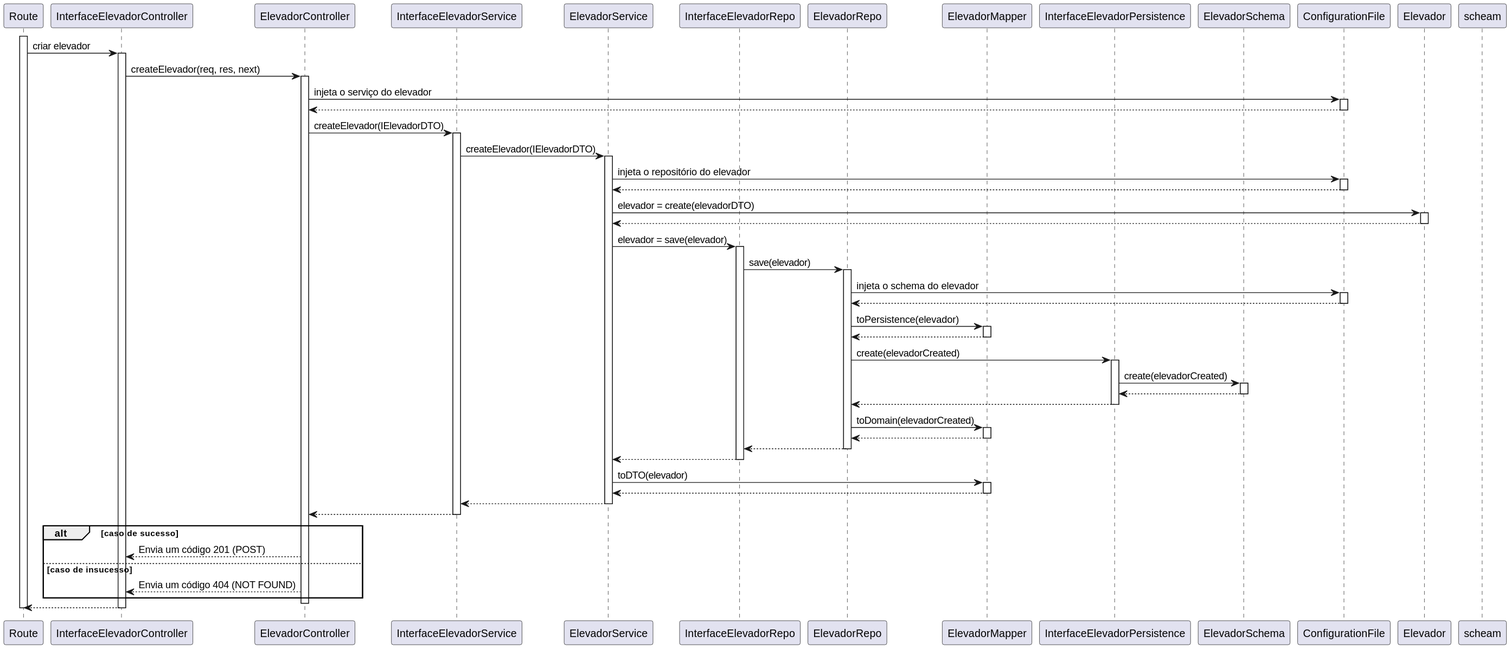
The PlantUML diagram docs/use_cases/UC270/vp270.svg in SlimJesus25/SEM5_PI, before a commit.
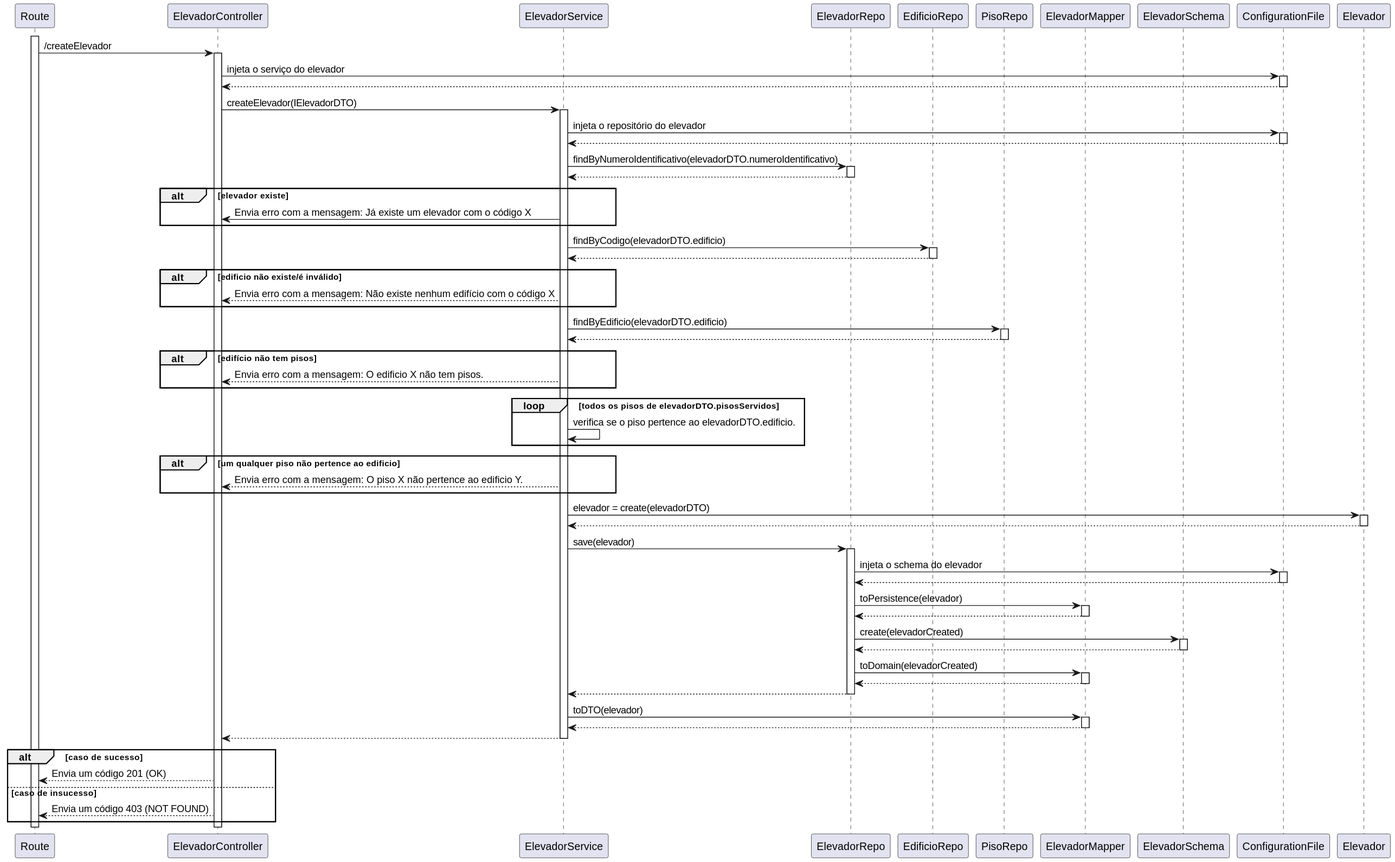
The same diagram one commit later.

What changed in the source:
```diff
@@ -1,84 +1,92 @@
 @startuml sd
 
 participant Route as route
-participant InterfaceElevadorController as ictrl
 participant ElevadorController as ctrl
-participant InterfaceElevadorService as isvc
 participant ElevadorService as svc
-participant InterfaceElevadorRepo as irepo
-participant ElevadorRepo as repo
+participant ElevadorRepo as repoEle
+participant EdificioRepo as repoEdi
+participant PisoRepo as repoPis
 participant ElevadorMapper as mapper
-participant InterfaceElevadorPersistence as ischema
 participant ElevadorSchema as schema
 participant ConfigurationFile as conf
 participant Elevador as model
 
 activate route
-route -> ictrl : criar elevador
-activate ictrl
-ictrl -> ctrl : createElevador(req, res, next)
+route -> ctrl : /createElevador
 activate ctrl
 ctrl -> conf : injeta o serviço do elevador
 activate conf
 conf --> ctrl
 deactivate conf
-ctrl -> isvc : createElevador(IElevadorDTO)
-activate isvc
-isvc -> svc : createElevador(IElevadorDTO)
+ctrl -> svc : createElevador(IElevadorDTO)
 activate svc
 svc -> conf : injeta o repositório do elevador
 activate conf
 conf --> svc
 deactivate conf
+svc -> repoEle : findByNumeroIdentificativo(elevadorDTO.numeroIdentificativo)
+activate repoEle
+repoEle --> svc
+deactivate repoEle
+alt elevador existe
+    svc -> ctrl : Envia erro com a mensagem: Já existe um elevador com o código X
+end
+svc -> repoEdi : findByCodigo(elevadorDTO.edificio)
+activate repoEdi
+repoEdi --> svc
+deactivate repoEdi
+alt edificio não existe/é inválido
+    svc --> ctrl : Envia erro com a mensagem: Não existe nenhum edifício com o código X
+end
+svc -> repoPis : findByEdificio(elevadorDTO.edificio)
+activate repoPis
+repoPis --> svc
+deactivate repoPis
+alt edifício não tem pisos
+    svc --> ctrl : Envia erro com a mensagem: O edificio X não tem pisos.
+end
+loop todos os pisos de elevadorDTO.pisosServidos
+    svc -> svc : verifica se o piso pertence ao elevadorDTO.edificio.
+end
+alt um qualquer piso não pertence ao edificio
+    svc --> ctrl : Envia erro com a mensagem: O piso X não pertence ao edificio Y.
+end
 svc -> model : elevador = create(elevadorDTO)
 activate model
 model --> svc
 deactivate model
-svc -> irepo : elevador = save(elevador)
-activate irepo
-irepo -> repo : save(elevador)
-activate repo
-repo -> conf : injeta o schema do elevador
+svc -> repoEle : save(elevador)
+activate repoEle
+repoEle -> conf : injeta o schema do elevador
 activate conf
-conf --> repo
+conf --> repoEle
 deactivate conf
-repo -> mapper : toPersistence(elevador)
+repoEle -> mapper : toPersistence(elevador)
 activate mapper
-mapper --> repo
+mapper --> repoEle
 deactivate mapper
-repo -> ischema : create(elevadorCreated)
-activate ischema
-ischema -> schema : create(elevadorCreated)
+repoEle -> schema : create(elevadorCreated)
 activate schema
-schema --> ischema
+schema --> repoEle
 deactivate schema
-deactivate scheam
-ischema --> repo
-deactivate ischema
-repo -> mapper : toDomain(elevadorCreated)
+repoEle -> mapper : toDomain(elevadorCreated)
 activate mapper
-mapper --> repo
+mapper --> repoEle
 deactivate mapper
-repo --> irepo
-deactivate repo
-irepo --> svc
-deactivate irepo
+repoEle --> svc
+deactivate repoEle
 svc -> mapper : toDTO(elevador)
 activate mapper
 mapper --> svc
 deactivate mapper
-svc --> isvc
+svc --> ctrl
 deactivate svc
-isvc --> ctrl
-deactivate isvc
 alt caso de sucesso
-    ctrl --> ictrl : Envia um código 201 (POST)
+    ctrl --> route : Envia um código 201 (OK)
 else caso de insucesso
-    ctrl --> ictrl : Envia um código 404 (NOT FOUND)
+    ctrl --> route : Envia um código 403 (NOT FOUND)
 end
 deactivate ctrl
-ictrl --> route
-deactivate ictrl
 deactivate route
 
 
```
